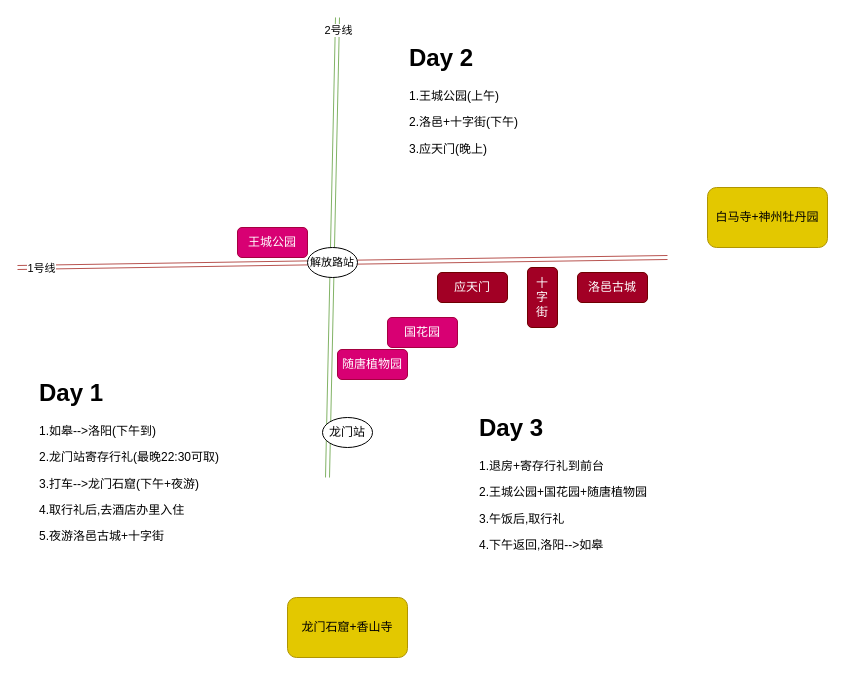
lixyu/draw keeps this draw.io diagram as disney/洛阳游.drawio. Above is the earlier version. Source tidied: cells renumbered, new cells numbered last; positions are measured from the earlier drawing's top-left corner, leaving out a move shared by most shapes. Both pictures are drawn from the tidied source at 100%, with x=0, y=0 at pixel (17, 17).
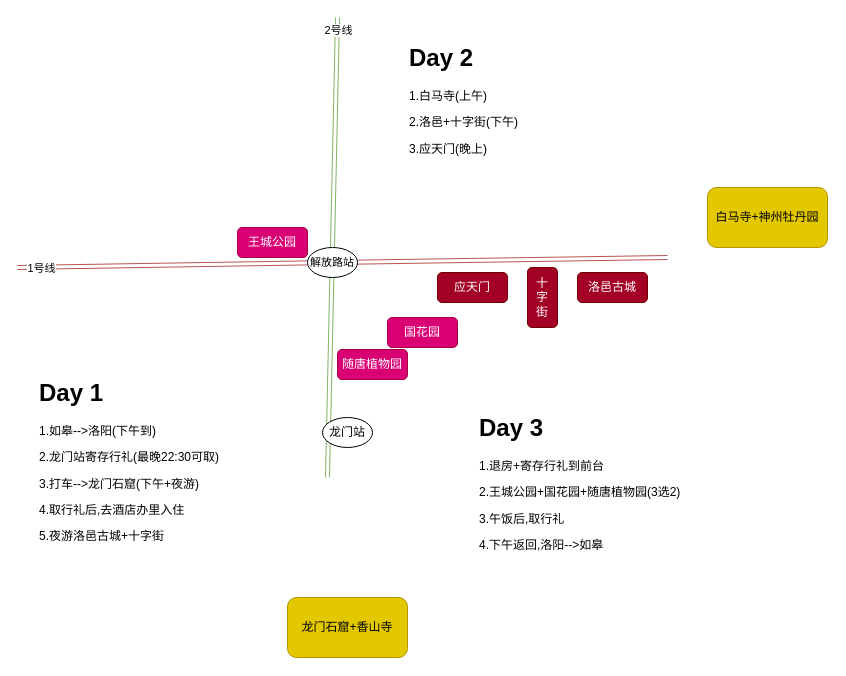
The same diagram, later.

Diff of the diagram source:
```diff
@@
-    <mxCell id="18" value="&lt;h1 style=&quot;margin-top: 0px;&quot;&gt;Day 2&lt;/h1&gt;&lt;p&gt;1.王城公园(上午)&lt;/p&gt;&lt;p&gt;2.洛邑+十字街(下午)&lt;/p&gt;&lt;p&gt;3.应天门(晚上)&lt;br&gt;&lt;/p&gt;&lt;p&gt;&lt;br&gt;&lt;/p&gt;" style="text;html=1;whiteSpace=wrap;overflow=hidden;rounded=0;" parent="1" vertex="1">
+    <mxCell id="18" value="&lt;h1 style=&quot;margin-top: 0px;&quot;&gt;Day 2&lt;/h1&gt;&lt;p&gt;1.白马寺(上午)&lt;/p&gt;&lt;p&gt;2.洛邑+十字街(下午)&lt;/p&gt;&lt;p&gt;3.应天门(晚上)&lt;br&gt;&lt;/p&gt;&lt;p&gt;&lt;br&gt;&lt;/p&gt;" style="text;html=1;whiteSpace=wrap;overflow=hidden;rounded=0;" parent="1" vertex="1">
       <mxGeometry x="390" y="20" width="200" height="155" as="geometry" />
     </mxCell>
-    <mxCell id="19" value="&lt;h1 style=&quot;margin-top: 0px;&quot;&gt;Day 3&lt;/h1&gt;&lt;p&gt;1.退房+寄存行礼到前台&lt;/p&gt;&lt;p&gt;2.王城公园+国花园+随唐植物园&lt;/p&gt;&lt;p&gt;3.午饭后,取行礼&lt;br&gt;&lt;/p&gt;&lt;p&gt;4.下午返回,洛阳--&amp;gt;如皋&lt;/p&gt;" style="text;html=1;whiteSpace=wrap;overflow=hidden;rounded=0;" parent="1" vertex="1">
-      <mxGeometry x="460" y="390" width="200" height="155" as="geometry" />
+    <mxCell id="19" value="&lt;h1 style=&quot;margin-top: 0px;&quot;&gt;Day 3&lt;/h1&gt;&lt;p&gt;1.退房+寄存行礼到前台&lt;/p&gt;&lt;p&gt;2.王城公园+国花园+随唐植物园(3选2)&lt;/p&gt;&lt;p&gt;3.午饭后,取行礼&lt;br&gt;&lt;/p&gt;&lt;p&gt;4.下午返回,洛阳--&amp;gt;如皋&lt;/p&gt;" style="text;html=1;whiteSpace=wrap;overflow=hidden;rounded=0;" parent="1" vertex="1">
+      <mxGeometry x="460" y="390" width="220" height="155" as="geometry" />
     </mxCell>
```
